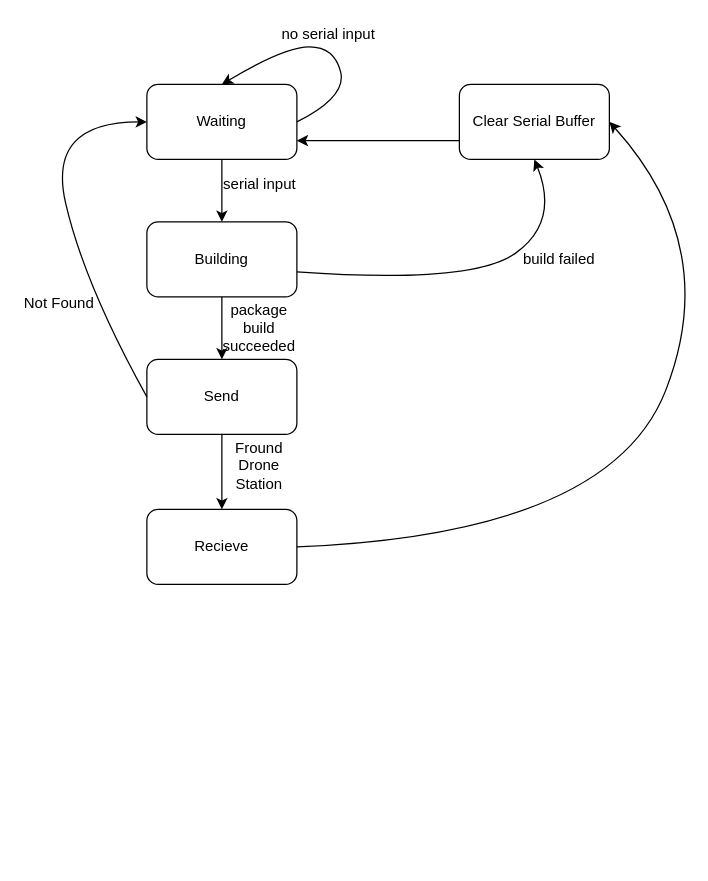
Before: documentation/Diagrams/Ground States.drawio in nkendler/esp32-lora-drone-delivery, a draw.io diagram. Source tidied: cells renumbered, new cells numbered last; positions are measured from the earlier drawing's top-left corner, leaving out a move shared by most shapes. Both pictures are drawn from the tidied source at 125%, with x=0, y=0 at pixel (21, 21).
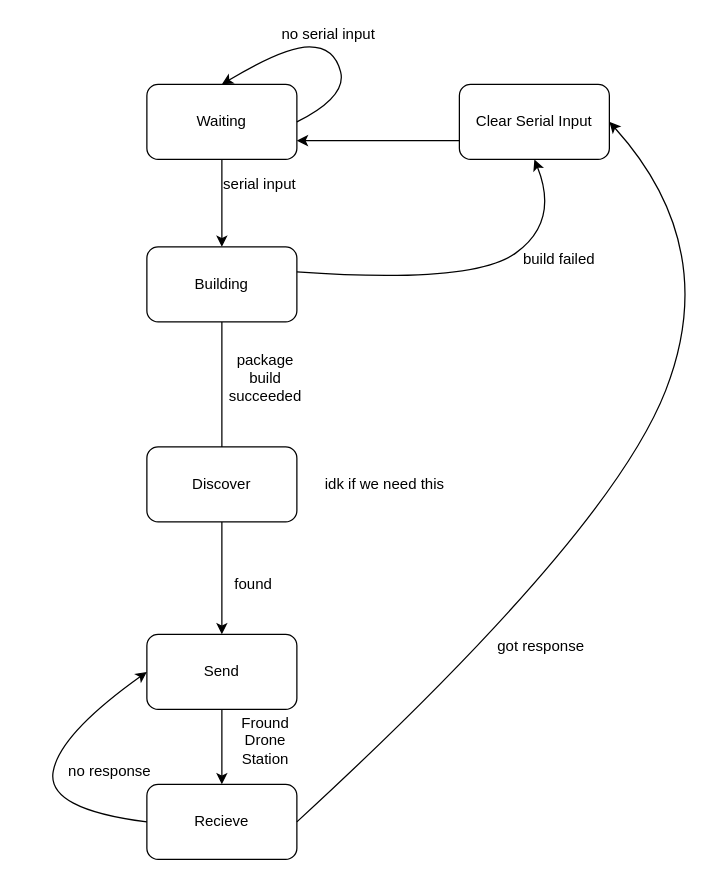
After the change.

Commit message (it also covers changes not shown here):
- removed buffer from ground station

Unchanged cells that the change refers to:
```xml
<mxCell id="3" value="Waiting" style="rounded=1;whiteSpace=wrap;html=1;" parent="1" vertex="1">
  <mxGeometry x="100" y="50" width="120" height="60" as="geometry" />
</mxCell>
```

What changed in the source:
```diff
@@
-    <mxCell id="4" style="edgeStyle=none;html=1;" parent="1" edge="1" source="5" target="7">
+    <mxCell id="4" style="edgeStyle=none;html=1;startArrow=none;" parent="1" edge="1" source="21" target="7">
       <mxGeometry relative="1" as="geometry" />
     </mxCell>
     <mxCell id="5" value="Building" style="rounded=1;whiteSpace=wrap;html=1;" parent="1" vertex="1">
-      <mxGeometry x="100" y="160" width="120" height="60" as="geometry" />
+      <mxGeometry x="100" y="180" width="120" height="60" as="geometry" />
     </mxCell>
@@
     <mxCell id="7" value="Send" style="rounded=1;whiteSpace=wrap;html=1;" parent="1" vertex="1">
-      <mxGeometry x="100" y="270" width="120" height="60" as="geometry" />
+      <mxGeometry x="100" y="490" width="120" height="60" as="geometry" />
     </mxCell>
     <mxCell id="8" value="Recieve" style="rounded=1;whiteSpace=wrap;html=1;" parent="1" vertex="1">
-      <mxGeometry x="100" y="390" width="120" height="60" as="geometry" />
+      <mxGeometry x="100" y="610" width="120" height="60" as="geometry" />
     </mxCell>
@@
     <mxCell id="12" value="package build succeeded" style="text;html=1;strokeColor=none;fillColor=none;align=center;verticalAlign=middle;whiteSpace=wrap;rounded=0;" parent="1" vertex="1">
-      <mxGeometry x="160" y="230" width="60" height="30" as="geometry" />
+      <mxGeometry x="165" y="270" width="60" height="30" as="geometry" />
     </mxCell>
     <mxCell id="13" value="Fround Drone Station" style="text;html=1;strokeColor=none;fillColor=none;align=center;verticalAlign=middle;whiteSpace=wrap;rounded=0;" parent="1" vertex="1">
-      <mxGeometry x="160" y="340" width="60" height="30" as="geometry" />
+      <mxGeometry x="165" y="560" width="60" height="30" as="geometry" />
     </mxCell>
@@
-    <mxCell id="17" value="Clear Serial Buffer" style="rounded=1;whiteSpace=wrap;html=1;" parent="1" vertex="1">
+    <mxCell id="17" value="Clear Serial Input" style="rounded=1;whiteSpace=wrap;html=1;" parent="1" vertex="1">
       <mxGeometry x="350" y="50" width="120" height="60" as="geometry" />
     </mxCell>
@@
-    <mxCell id="19" style="curved=1;endArrow=classic;html=1;exitX=0;exitY=0.5;exitDx=0;exitDy=0;entryX=0;entryY=0.5;entryDx=0;entryDy=0;" parent="1" edge="1" source="7" target="3">
-      <mxGeometry relative="1" as="geometry">
-        <Array as="points">
-          <mxPoint x="50" y="210" />
-          <mxPoint x="20" y="80" />
-        </Array>
-      </mxGeometry>
-    </mxCell>
-    <mxCell id="20" value="Not Found" style="text;html=1;strokeColor=none;fillColor=none;align=center;verticalAlign=middle;whiteSpace=wrap;rounded=0;" parent="1" vertex="1">
-      <mxGeometry y="210" width="60" height="30" as="geometry" />
-    </mxCell>
+    <mxCell id="21" value="Discover" style="rounded=1;whiteSpace=wrap;html=1;" parent="1" vertex="1">
+      <mxGeometry x="100" y="340" width="120" height="60" as="geometry" />
+    </mxCell>
+    <mxCell id="22" style="edgeStyle=none;html=1;endArrow=none;" parent="1" edge="1" source="5" target="21">
+      <mxGeometry relative="1" as="geometry" />
+    </mxCell>
+    <mxCell id="23" value="found&lt;br&gt;" style="text;html=1;align=center;verticalAlign=middle;strokeColor=none;fillColor=none;" parent="1" vertex="1">
+      <mxGeometry x="160" y="440" width="50" height="20" as="geometry" />
+    </mxCell>
+    <mxCell id="24" style="curved=1;endArrow=classic;html=1;exitX=0;exitY=0.5;exitDx=0;exitDy=0;entryX=0;entryY=0.5;entryDx=0;entryDy=0;" parent="1" edge="1" source="8" target="7">
+      <mxGeometry relative="1" as="geometry">
+        <Array as="points">
+          <mxPoint x="20" y="630" />
+          <mxPoint x="30" y="570" />
+        </Array>
+      </mxGeometry>
+    </mxCell>
+    <mxCell id="25" value="no response" style="text;html=1;align=center;verticalAlign=middle;strokeColor=none;fillColor=none;" parent="1" vertex="1">
+      <mxGeometry x="30" y="590" width="80" height="20" as="geometry" />
+    </mxCell>
+    <mxCell id="26" value="idk if we need this&lt;br&gt;" style="text;html=1;align=center;verticalAlign=middle;strokeColor=none;fillColor=none;" parent="1" vertex="1">
+      <mxGeometry x="235" y="360" width="110" height="20" as="geometry" />
+    </mxCell>
+    <mxCell id="27" value="got response" style="text;html=1;align=center;verticalAlign=middle;strokeColor=none;fillColor=none;" parent="1" vertex="1">
+      <mxGeometry x="375" y="490" width="80" height="20" as="geometry" />
+    </mxCell>
```
